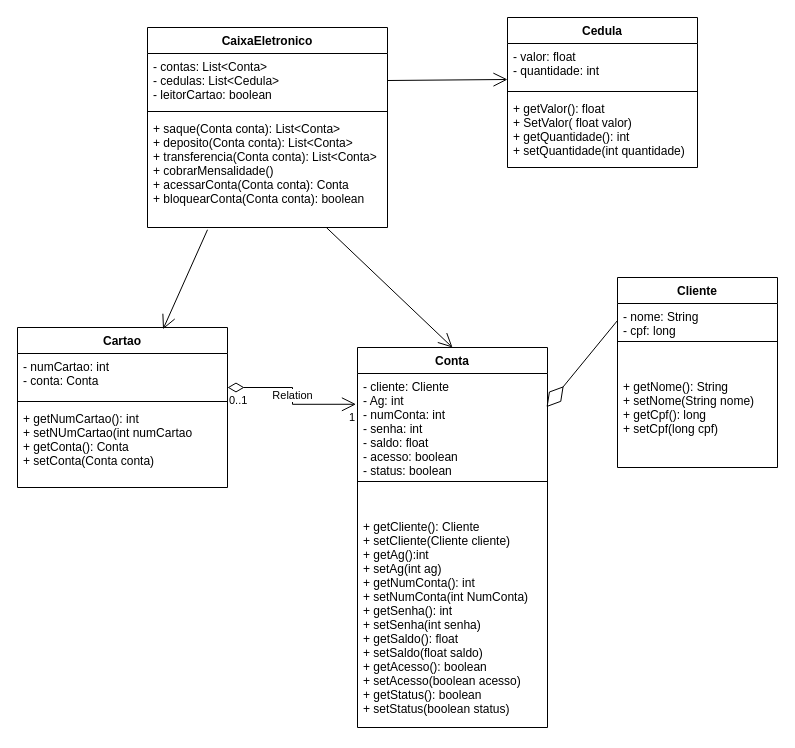
The draw.io diagram Engenharia de software/DiagramaClasses.drawio in CarlosTorres2305/Bertoti, before the edit. Source tidied: cells renumbered, new cells numbered last; positions are measured from the earlier drawing's top-left corner, leaving out a move shared by most shapes. Both pictures are drawn from the tidied source at 100%, with x=0, y=0 at pixel (17, 17).
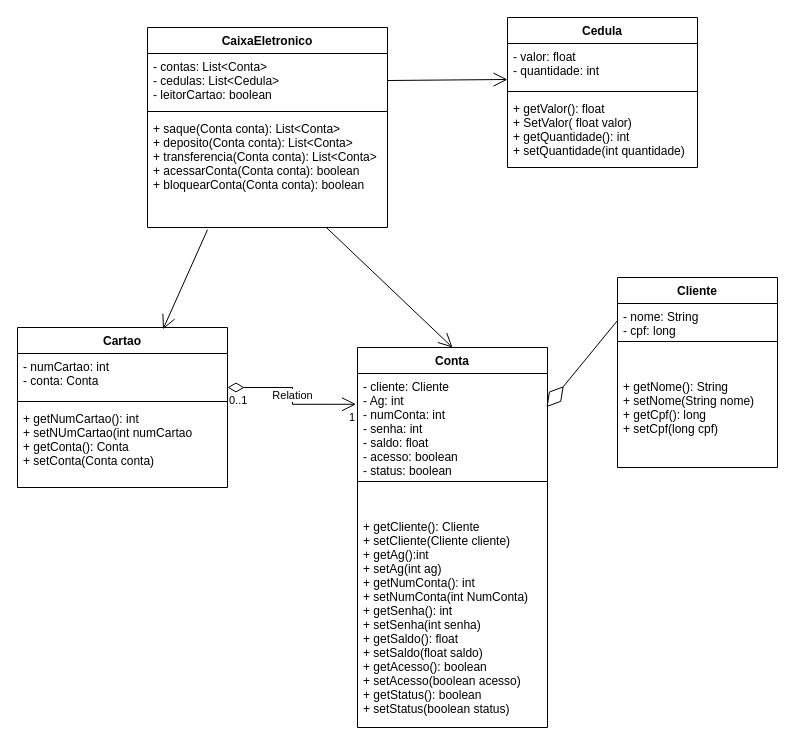
The same diagram, later.

The change refers to these unchanged cells:
```xml
<mxCell id="2" value="CaixaEletronico" style="swimlane;fontStyle=1;align=center;verticalAlign=top;horizontal=1;startSize=26;" parent="1" vertex="1">
  <mxGeometry x="130" y="10" width="240" height="200" as="geometry" />
</mxCell>
```

Diff of the diagram source:
```diff
@@
-    <mxCell id="5" value="+ saque(Conta conta): List&lt;Conta&gt;&#10;+ deposito(Conta conta): List&lt;Conta&gt;&#10;+ transferencia(Conta conta): List&lt;Conta&gt;&#10;+ cobrarMensalidade()&#10;+ acessarConta(Conta conta): Conta&#10;+ bloquearConta(Conta conta): boolean" style="text;strokeColor=none;fillColor=none;align=left;verticalAlign=top;spacingLeft=4;spacingRight=4;overflow=hidden;points=[[0,0.5],[1,0.5]];portConstraint=eastwest;" parent="2" vertex="1">
+    <mxCell id="5" value="+ saque(Conta conta): List&lt;Conta&gt;&#10;+ deposito(Conta conta): List&lt;Conta&gt;&#10;+ transferencia(Conta conta): List&lt;Conta&gt;&#10;+ acessarConta(Conta conta): boolean&#10;+ bloquearConta(Conta conta): boolean" style="text;strokeColor=none;fillColor=none;align=left;verticalAlign=top;spacingLeft=4;spacingRight=4;overflow=hidden;points=[[0,0.5],[1,0.5]];portConstraint=eastwest;" parent="2" vertex="1">
       <mxGeometry y="88" width="240" height="112" as="geometry" />
     </mxCell>
```
